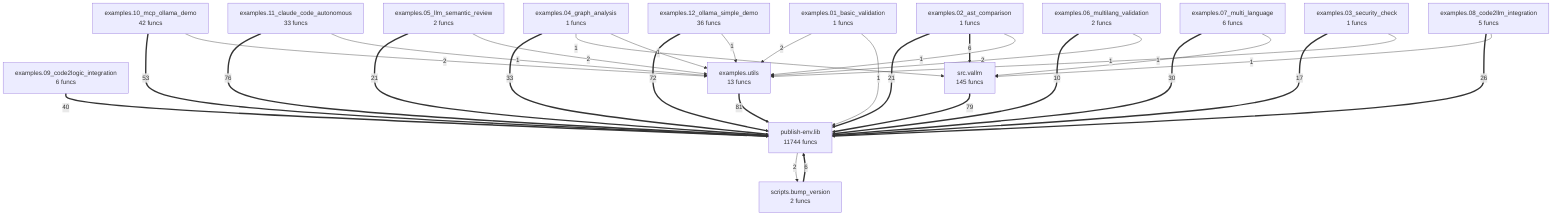
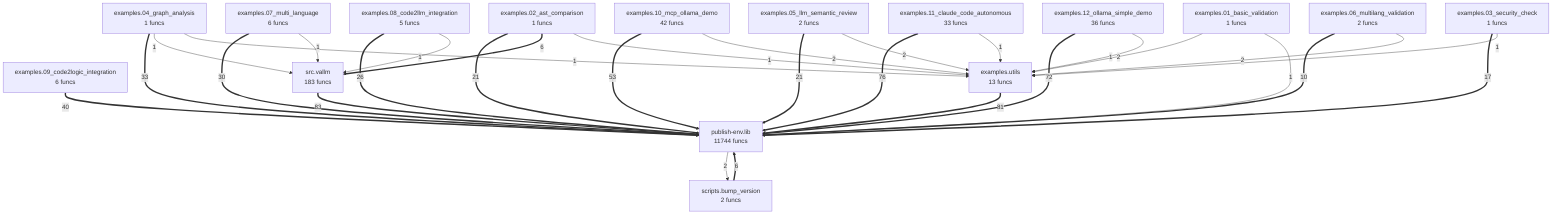
flowchart TD
    examples_01_basic_validation["examples.01_basic_validation<br/>1 funcs"]
    examples_02_ast_comparison["examples.02_ast_comparison<br/>1 funcs"]
    examples_03_security_check["examples.03_security_check<br/>1 funcs"]
    examples_04_graph_analysis["examples.04_graph_analysis<br/>1 funcs"]
    examples_05_llm_semantic_review["examples.05_llm_semantic_review<br/>2 funcs"]
    examples_06_multilang_validation["examples.06_multilang_validation<br/>2 funcs"]
    examples_07_multi_language["examples.07_multi_language<br/>6 funcs"]
    examples_08_code2llm_integration["examples.08_code2llm_integration<br/>5 funcs"]
    examples_09_code2logic_integration["examples.09_code2logic_integration<br/>6 funcs"]
    examples_10_mcp_ollama_demo["examples.10_mcp_ollama_demo<br/>42 funcs"]
    examples_11_claude_code_autonomous["examples.11_claude_code_autonomous<br/>33 funcs"]
    examples_12_ollama_simple_demo["examples.12_ollama_simple_demo<br/>36 funcs"]
    examples_utils["examples.utils<br/>13 funcs"]
    publish_env_lib["publish-env.lib<br/>11744 funcs"]
    scripts_bump_version["scripts.bump_version<br/>2 funcs"]
-     src_vallm["src.vallm<br/>145 funcs"]
+     src_vallm["src.vallm<br/>183 funcs"]
+     src_vallm ==>|83| publish_env_lib
    examples_utils ==>|81| publish_env_lib
-     src_vallm ==>|79| publish_env_lib
    examples_11_claude_code_autonomous ==>|76| publish_env_lib
    examples_12_ollama_simple_demo ==>|72| publish_env_lib
    examples_10_mcp_ollama_demo ==>|53| publish_env_lib
    examples_09_code2logic_integration ==>|40| publish_env_lib
    examples_04_graph_analysis ==>|33| publish_env_lib
    examples_07_multi_language ==>|30| publish_env_lib
    examples_08_code2llm_integration ==>|26| publish_env_lib
    examples_05_llm_semantic_review ==>|21| publish_env_lib
    examples_02_ast_comparison ==>|21| publish_env_lib
    examples_03_security_check ==>|17| publish_env_lib
    examples_06_multilang_validation ==>|10| publish_env_lib
    scripts_bump_version ==>|6| publish_env_lib
    examples_02_ast_comparison ==>|6| src_vallm
    publish_env_lib -->|2| scripts_bump_version
    examples_05_llm_semantic_review -->|2| examples_utils
    examples_01_basic_validation -->|2| examples_utils
    examples_06_multilang_validation -->|2| examples_utils
    examples_10_mcp_ollama_demo -->|2| examples_utils
    examples_04_graph_analysis -->|1| src_vallm
    examples_04_graph_analysis -->|1| examples_utils
+     examples_12_ollama_simple_demo -->|1| examples_utils
    examples_11_claude_code_autonomous -->|1| examples_utils
-     examples_12_ollama_simple_demo -->|1| examples_utils
    examples_01_basic_validation -->|1| publish_env_lib
+     examples_03_security_check -->|1| examples_utils
    examples_02_ast_comparison -->|1| examples_utils
-     examples_03_security_check -->|1| examples_utils
    examples_07_multi_language -->|1| src_vallm
    examples_08_code2llm_integration -->|1| src_vallm
